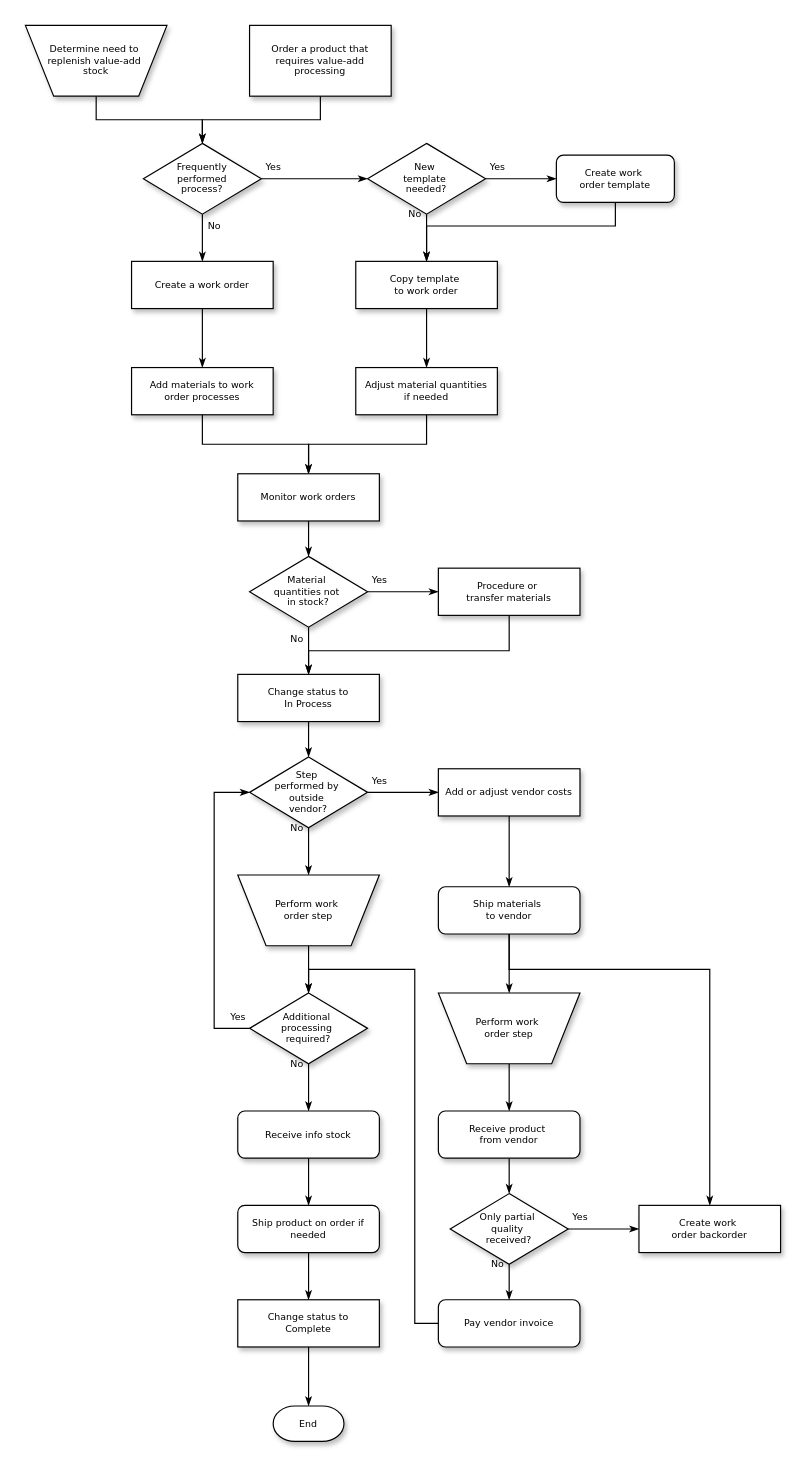
Before: BP神经网络/未命名绘图.drawio in huangzy1218/MathModel, a draw.io diagram. Source tidied: cells renumbered, new cells numbered last; positions are measured from the earlier drawing's top-left corner, leaving out a move shared by most shapes. Both pictures are drawn from the tidied source at 118%, with x=0, y=0 at pixel (25, 25).
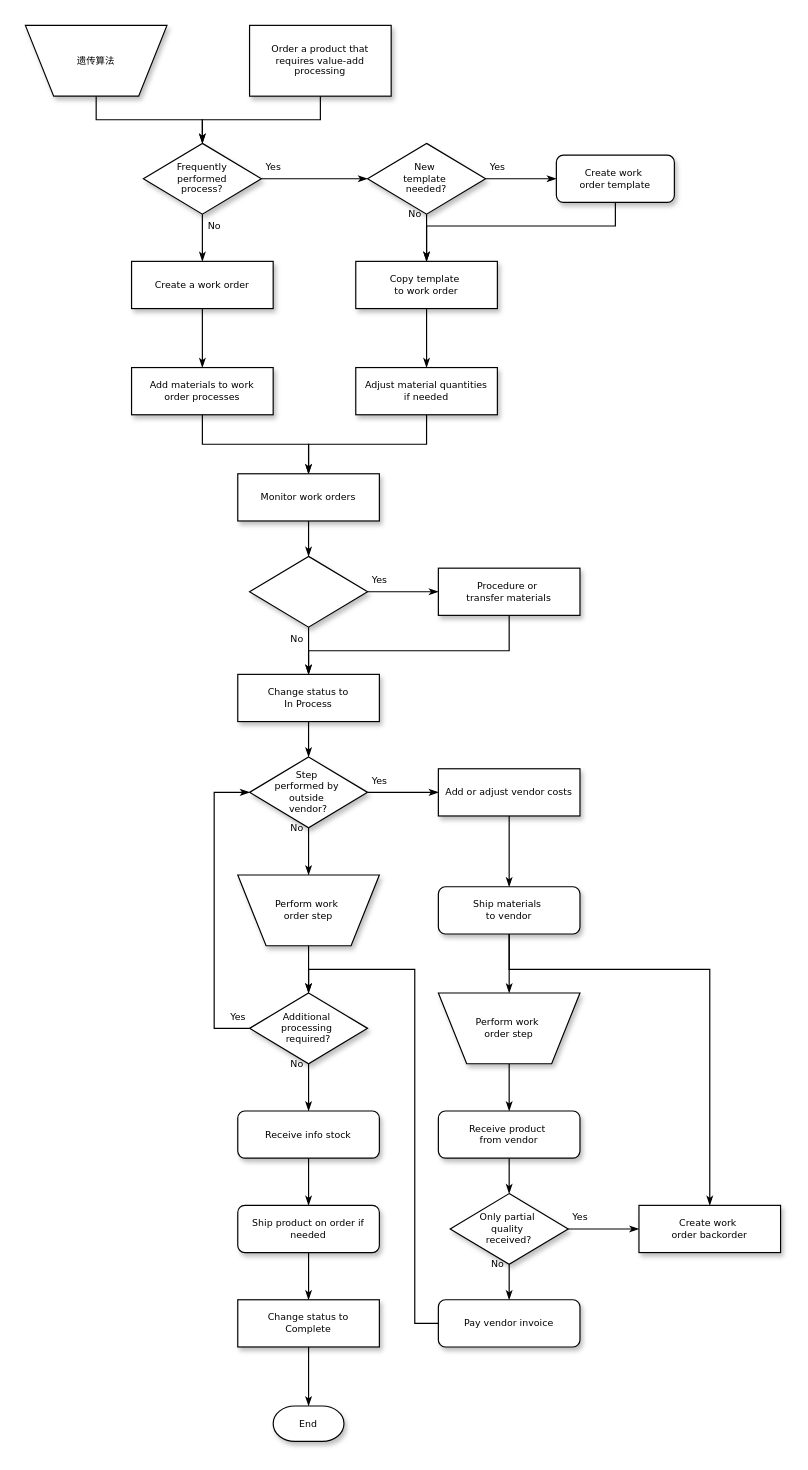
The same page after the edit.

Commit message:
更新未命名绘图.drawio

What changed in the source:
```diff
@@
-    <mxCell id="3" value="Determine need to&amp;nbsp;&lt;div&gt;replenish value-add&amp;nbsp;&lt;/div&gt;&lt;div&gt;stock&lt;/div&gt;" style="shape=trapezoid;whiteSpace=wrap;html=1;rounded=0;shadow=1;labelBackgroundColor=none;strokeWidth=1;fontFamily=Verdana;fontSize=8;align=center;flipV=1;" parent="1" vertex="1">
+    <mxCell id="3" value="遗传算法" style="shape=trapezoid;whiteSpace=wrap;html=1;rounded=0;shadow=1;labelBackgroundColor=none;strokeWidth=1;fontFamily=Verdana;fontSize=8;align=center;flipV=1;" parent="1" vertex="1">
       <mxGeometry width="120" height="60" as="geometry" />
     </mxCell>
@@
-    <mxCell id="26" value="Material&amp;nbsp;&lt;div&gt;quantities not&amp;nbsp;&lt;/div&gt;&lt;div&gt;in stock?&lt;/div&gt;" style="rhombus;whiteSpace=wrap;html=1;rounded=0;shadow=1;labelBackgroundColor=none;strokeWidth=1;fontFamily=Verdana;fontSize=8;align=center;" parent="1" vertex="1">
+    <mxCell id="26" style="rhombus;whiteSpace=wrap;html=1;rounded=0;shadow=1;labelBackgroundColor=none;strokeWidth=1;fontFamily=Verdana;fontSize=8;align=center;" parent="1" vertex="1">
       <mxGeometry x="190" y="450" width="100" height="60" as="geometry" />
     </mxCell>
```
